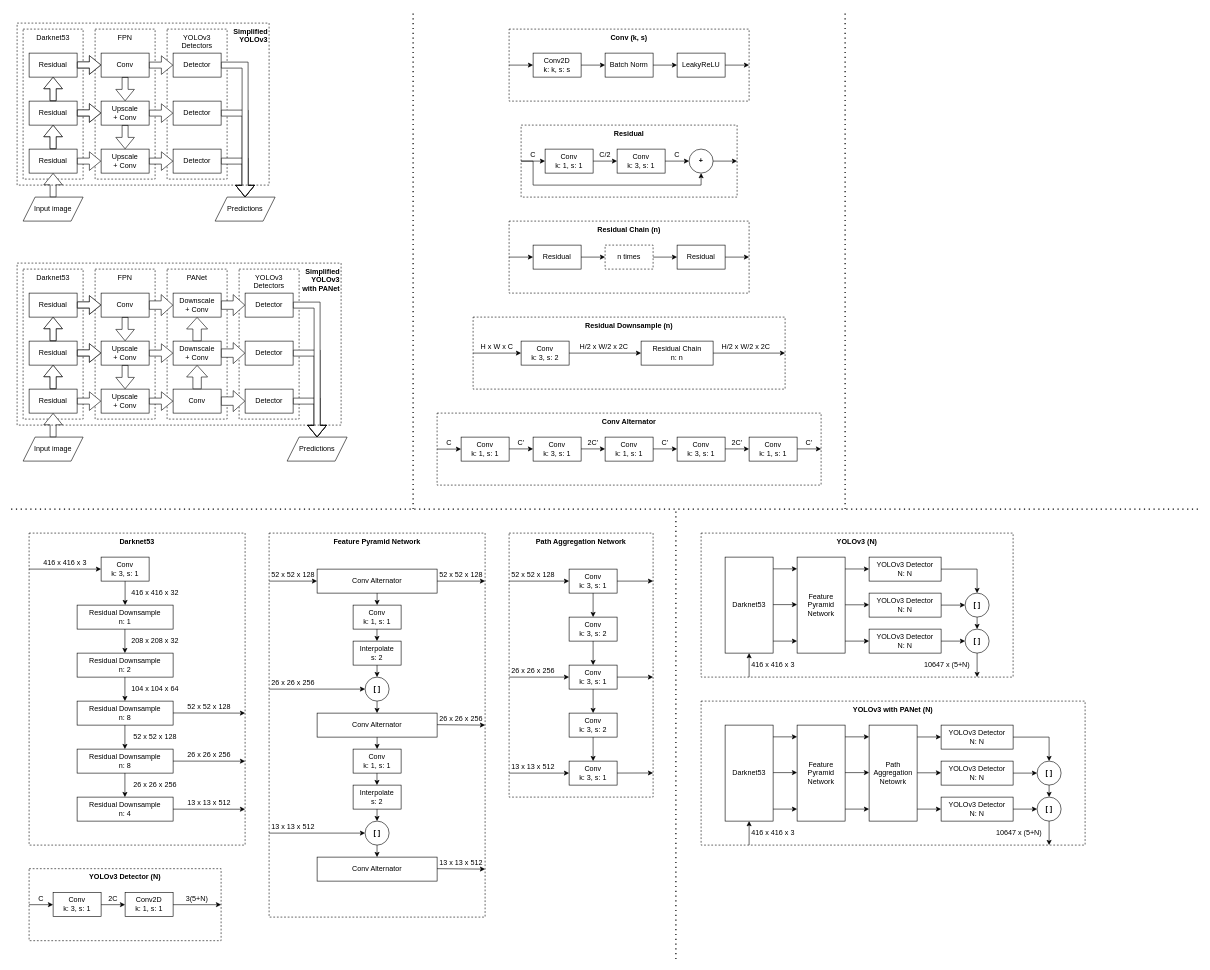
Before: net.drawio in MiniaczQ/YOLOv3-yet-again, a draw.io diagram. Source tidied: cells renumbered, new cells numbered last; positions are measured from the earlier drawing's top-left corner, leaving out a move shared by most shapes. Both pictures are drawn from the tidied source at 60%, with x=0, y=0 at pixel (11, 11).
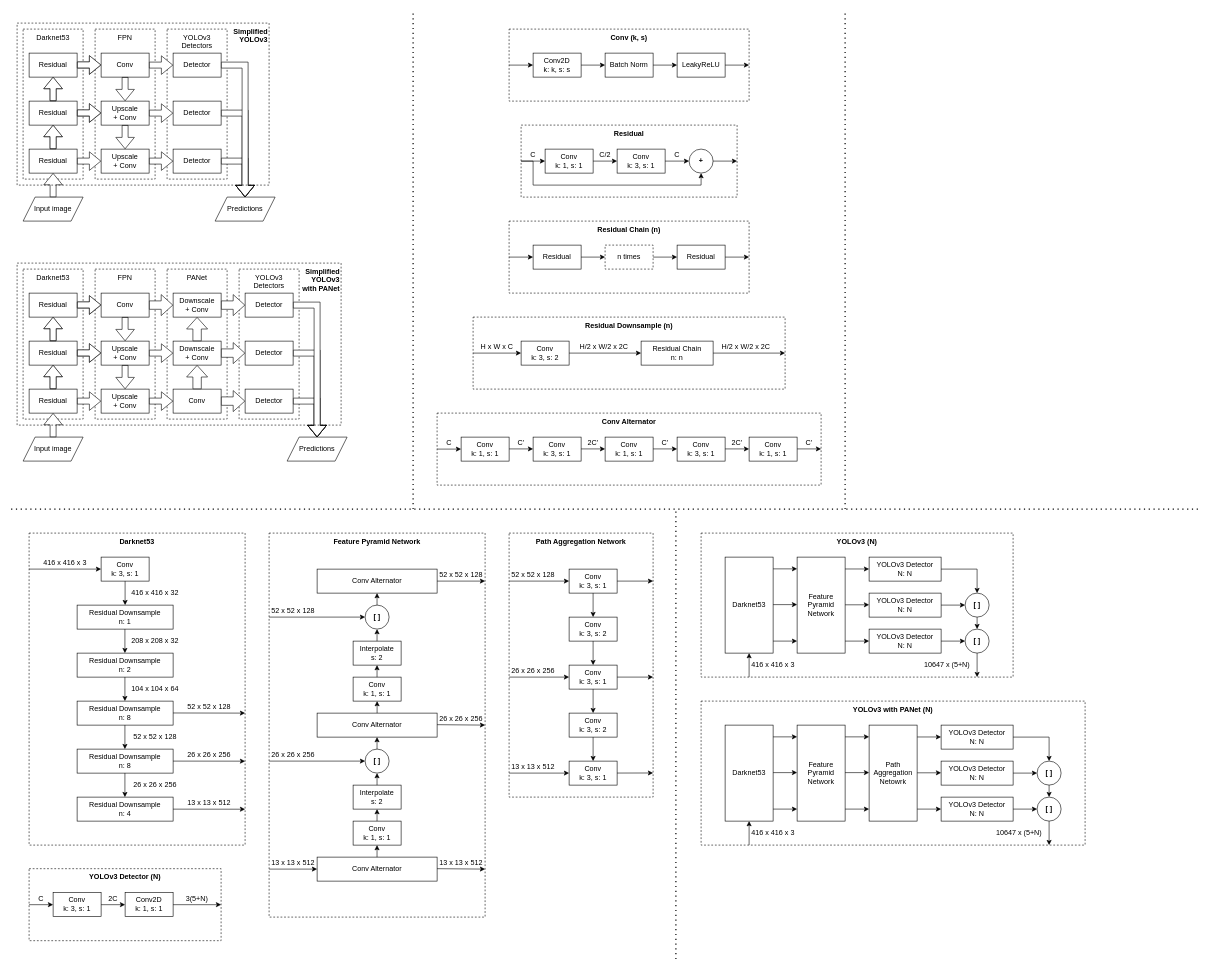
The same diagram, later.

Commit message (it also covers changes not shown here):
fix: model drawing

Unchanged cells that the change refers to:
```xml
<mxCell id="196" value="Feature Pyramid Network" style="rounded=0;whiteSpace=wrap;html=1;fillColor=none;dashed=1;verticalAlign=top;fontStyle=1;" parent="1" vertex="1">
  <mxGeometry x="430" y="870" width="360" height="640" as="geometry" />
</mxCell>
<mxCell id="204" value="Conv Alternator" style="rounded=0;whiteSpace=wrap;html=1;" parent="1" vertex="1">
  <mxGeometry x="510" y="930" width="200" height="40" as="geometry" />
</mxCell>
<mxCell id="205" value="Conv Alternator" style="rounded=0;whiteSpace=wrap;html=1;" parent="1" vertex="1">
  <mxGeometry x="510" y="1170" width="200" height="40" as="geometry" />
</mxCell>
<mxCell id="213" value="Conv Alternator" style="rounded=0;whiteSpace=wrap;html=1;" parent="1" vertex="1">
  <mxGeometry x="510" y="1410" width="200" height="40" as="geometry" />
</mxCell>
```

Change to the diagram source:
```diff
@@
-    <mxCell id="197" style="endArrow=classic;html=1;rounded=0;" parent="1" edge="1" target="204">
-      <mxGeometry relative="1" as="geometry">
-        <mxPoint x="430" y="950" as="sourcePoint" />
-      </mxGeometry>
+    <mxCell id="197" style="endArrow=classic;html=1;rounded=0;exitX=0;exitY=1;exitDx=0;exitDy=0;" parent="1" edge="1" source="202" target="210">
+      <mxGeometry relative="1" as="geometry" />
     </mxCell>
-    <mxCell id="198" style="endArrow=classic;html=1;rounded=0;" parent="1" edge="1" target="210">
-      <mxGeometry relative="1" as="geometry">
-        <mxPoint x="430" y="1130" as="sourcePoint" />
-      </mxGeometry>
+    <mxCell id="198" style="endArrow=classic;html=1;rounded=0;exitX=0;exitY=1;exitDx=0;exitDy=0;" parent="1" edge="1" source="201" target="218">
+      <mxGeometry relative="1" as="geometry" />
     </mxCell>
-    <mxCell id="199" style="endArrow=classic;html=1;rounded=0;exitX=0;exitY=1;exitDx=0;exitDy=0;" parent="1" edge="1" source="200" target="218">
+    <mxCell id="199" style="endArrow=classic;html=1;rounded=0;exitX=0;exitY=0.875;exitDx=0;exitDy=0;exitPerimeter=0;" parent="1" edge="1" source="196" target="213">
       <mxGeometry relative="1" as="geometry" />
     </mxCell>
     <mxCell id="200" value="13 x 13 x 512" style="text;html=1;strokeColor=none;fillColor=none;align=center;verticalAlign=middle;whiteSpace=wrap;rounded=0;" parent="1" vertex="1">
-      <mxGeometry x="430" y="1350" width="80" height="20" as="geometry" />
+      <mxGeometry x="430" y="1410" width="80" height="20" as="geometry" />
     </mxCell>
     <mxCell id="201" value="26 x 26 x 256" style="text;html=1;strokeColor=none;fillColor=none;align=center;verticalAlign=middle;whiteSpace=wrap;rounded=0;" parent="1" vertex="1">
-      <mxGeometry x="430" y="1110" width="80" height="20" as="geometry" />
+      <mxGeometry x="430" y="1230" width="80" height="20" as="geometry" />
     </mxCell>
     <mxCell id="202" value="52 x 52 x 128" style="text;html=1;strokeColor=none;fillColor=none;align=center;verticalAlign=middle;whiteSpace=wrap;rounded=0;" parent="1" vertex="1">
-      <mxGeometry x="430" y="930" width="80" height="20" as="geometry" />
+      <mxGeometry x="430" y="990" width="80" height="20" as="geometry" />
     </mxCell>
@@
     <mxCell id="206" value="Conv&lt;br&gt;k: 1, s: 1" style="rounded=0;whiteSpace=wrap;html=1;" parent="1" vertex="1">
-      <mxGeometry x="570" y="990" width="80" height="40" as="geometry" />
+      <mxGeometry x="570" y="1110" width="80" height="40" as="geometry" />
     </mxCell>
@@
-    <mxCell id="208" style="endArrow=classic;html=1;rounded=0;" parent="1" edge="1" source="204" target="206">
-      <mxGeometry relative="1" as="geometry" />
-    </mxCell>
-    <mxCell id="209" style="endArrow=classic;html=1;rounded=0;" parent="1" edge="1">
-      <mxGeometry relative="1" as="geometry">
-        <mxPoint x="609.8" y="1030" as="sourcePoint" />
-        <mxPoint x="609.8" y="1050" as="targetPoint" />
-      </mxGeometry>
-    </mxCell>
     <mxCell id="210" value="&lt;b&gt;[ ]&lt;/b&gt;" style="ellipse;whiteSpace=wrap;html=1;" parent="1" vertex="1">
-      <mxGeometry x="590" y="1110" width="40" height="40" as="geometry" />
+      <mxGeometry x="590" y="990" width="40" height="40" as="geometry" />
     </mxCell>
-    <mxCell id="211" style="endArrow=classic;html=1;rounded=0;" parent="1" edge="1">
-      <mxGeometry relative="1" as="geometry">
-        <mxPoint x="609.9" y="1090" as="sourcePoint" />
-        <mxPoint x="609.9" y="1110" as="targetPoint" />
-      </mxGeometry>
-    </mxCell>
-    <mxCell id="212" style="endArrow=classic;html=1;rounded=0;" parent="1" edge="1">
-      <mxGeometry relative="1" as="geometry">
-        <mxPoint x="609.9" y="1150" as="sourcePoint" />
-        <mxPoint x="609.9" y="1170" as="targetPoint" />
-      </mxGeometry>
+    <mxCell id="212" style="endArrow=classic;html=1;rounded=0;" parent="1" edge="1" source="205" target="206">
+      <mxGeometry relative="1" as="geometry" />
     </mxCell>
@@
     <mxCell id="214" value="Conv&lt;br&gt;k: 1, s: 1" style="rounded=0;whiteSpace=wrap;html=1;" parent="1" vertex="1">
-      <mxGeometry x="570" y="1230" width="80" height="40" as="geometry" />
+      <mxGeometry x="570" y="1350" width="80" height="40" as="geometry" />
     </mxCell>
@@
-    <mxCell id="216" style="endArrow=classic;html=1;rounded=0;" parent="1" edge="1" target="214">
-      <mxGeometry relative="1" as="geometry">
-        <mxPoint x="610" y="1210" as="sourcePoint" />
-      </mxGeometry>
-    </mxCell>
-    <mxCell id="217" style="endArrow=classic;html=1;rounded=0;" parent="1" edge="1">
-      <mxGeometry relative="1" as="geometry">
-        <mxPoint x="609.8" y="1270" as="sourcePoint" />
-        <mxPoint x="609.8" y="1290" as="targetPoint" />
-      </mxGeometry>
-    </mxCell>
     <mxCell id="218" value="&lt;b&gt;[ ]&lt;/b&gt;" style="ellipse;whiteSpace=wrap;html=1;" parent="1" vertex="1">
-      <mxGeometry x="590" y="1350" width="40" height="40" as="geometry" />
+      <mxGeometry x="590" y="1230" width="40" height="40" as="geometry" />
     </mxCell>
-    <mxCell id="219" style="endArrow=classic;html=1;rounded=0;" parent="1" edge="1">
-      <mxGeometry relative="1" as="geometry">
-        <mxPoint x="609.9" y="1330" as="sourcePoint" />
-        <mxPoint x="609.9" y="1350" as="targetPoint" />
-      </mxGeometry>
-    </mxCell>
-    <mxCell id="220" style="endArrow=classic;html=1;rounded=0;" parent="1" edge="1">
-      <mxGeometry relative="1" as="geometry">
-        <mxPoint x="609.9" y="1390" as="sourcePoint" />
-        <mxPoint x="609.9" y="1410" as="targetPoint" />
-      </mxGeometry>
-    </mxCell>
@@
+    <mxCell id="278" style="endArrow=classic;html=1;rounded=0;" parent="1" edge="1">
+      <mxGeometry relative="1" as="geometry">
+        <mxPoint x="609.9" y="1110" as="sourcePoint" />
+        <mxPoint x="609.9" y="1090" as="targetPoint" />
+      </mxGeometry>
+    </mxCell>
+    <mxCell id="279" style="endArrow=classic;html=1;rounded=0;" parent="1" edge="1">
+      <mxGeometry relative="1" as="geometry">
+        <mxPoint x="609.9" y="1050" as="sourcePoint" />
+        <mxPoint x="609.9" y="1030" as="targetPoint" />
+      </mxGeometry>
+    </mxCell>
+    <mxCell id="280" style="endArrow=classic;html=1;rounded=0;" parent="1" edge="1">
+      <mxGeometry relative="1" as="geometry">
+        <mxPoint x="609.9" y="990" as="sourcePoint" />
+        <mxPoint x="609.9" y="970" as="targetPoint" />
+      </mxGeometry>
+    </mxCell>
+    <mxCell id="281" style="endArrow=classic;html=1;rounded=0;" parent="1" edge="1">
+      <mxGeometry relative="1" as="geometry">
+        <mxPoint x="609.9" y="1230" as="sourcePoint" />
+        <mxPoint x="609.9" y="1210" as="targetPoint" />
+      </mxGeometry>
+    </mxCell>
+    <mxCell id="282" style="endArrow=classic;html=1;rounded=0;" parent="1" edge="1">
+      <mxGeometry relative="1" as="geometry">
+        <mxPoint x="609.9" y="1290" as="sourcePoint" />
+        <mxPoint x="609.9" y="1270" as="targetPoint" />
+      </mxGeometry>
+    </mxCell>
+    <mxCell id="283" style="endArrow=classic;html=1;rounded=0;" parent="1" edge="1">
+      <mxGeometry relative="1" as="geometry">
+        <mxPoint x="609.9" y="1350" as="sourcePoint" />
+        <mxPoint x="609.9" y="1330" as="targetPoint" />
+      </mxGeometry>
+    </mxCell>
+    <mxCell id="284" style="endArrow=classic;html=1;rounded=0;" parent="1" edge="1">
+      <mxGeometry relative="1" as="geometry">
+        <mxPoint x="609.9" y="1410" as="sourcePoint" />
+        <mxPoint x="609.9" y="1390" as="targetPoint" />
+      </mxGeometry>
+    </mxCell>
```
